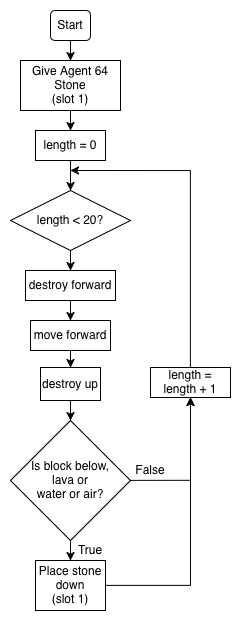
The draw.io diagram tutorials/python-islands/island-7/autominer/images/Flowchart.png in CausewayDigital/Minecraft-EE-MakeCode, before a commit. Source tidied: cells renumbered, new cells last; positions are measured from the earlier drawing's top-left corner, leaving out a move shared by most shapes.
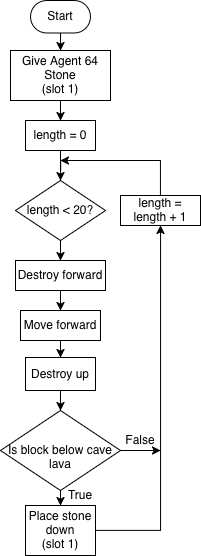
Later version of the same file.

Change to the diagram source:
```diff
@@ -2,12 +2,11 @@
   <root>
     <mxCell id="0" />
     <mxCell id="1" parent="0" />
-    <mxCell id="2" style="edgeStyle=orthogonalEdgeStyle;rounded=0;jettySize=auto;html=1;entryX=0.5;entryY=0;entryDx=0;entryDy=0;" parent="1" edge="1" source="3" target="5">
-      <mxGeometry relative="1" as="geometry" />
+    <mxCell id="2" style="edgeStyle=orthogonalEdgeStyle;rounded=0;jettySize=auto;html=1;entryX=0.5;entryY=0;entryDx=0;entryDy=0;" parent="1" edge="1" target="5">
+      <mxGeometry relative="1" as="geometry">
+        <mxPoint x="60" y="30" as="sourcePoint" />
+      </mxGeometry>
     </mxCell>
-    <mxCell id="3" value="Start" style="rounded=1;whiteSpace=wrap;html=1;" parent="1" vertex="1">
-      <mxGeometry x="40" width="40" height="30" as="geometry" />
-    </mxCell>
     <mxCell id="4" style="edgeStyle=orthogonalEdgeStyle;rounded=0;jettySize=auto;html=1;" parent="1" edge="1" source="5" target="7">
       <mxGeometry relative="1" as="geometry" />
     </mxCell>
@@ -24,59 +23,62 @@
       <mxGeometry relative="1" as="geometry" />
     </mxCell>
     <mxCell id="9" value="length &amp;lt; 20?" style="rhombus;whiteSpace=wrap;html=1;" parent="1" vertex="1">
-      <mxGeometry y="180" width="120" height="60" as="geometry" />
+      <mxGeometry x="15" y="180" width="90" height="60" as="geometry" />
     </mxCell>
     <mxCell id="10" style="edgeStyle=orthogonalEdgeStyle;rounded=0;jettySize=auto;html=1;" parent="1" edge="1" source="11" target="13">
       <mxGeometry relative="1" as="geometry" />
     </mxCell>
-    <mxCell id="11" value="destroy forward" style="rounded=0;whiteSpace=wrap;html=1;" parent="1" vertex="1">
+    <mxCell id="11" value="Destroy forward" style="rounded=0;whiteSpace=wrap;html=1;" parent="1" vertex="1">
       <mxGeometry x="15" y="260" width="90" height="30" as="geometry" />
     </mxCell>
     <mxCell id="12" style="edgeStyle=orthogonalEdgeStyle;rounded=0;jettySize=auto;html=1;entryX=0.5;entryY=0;entryDx=0;entryDy=0;" parent="1" edge="1" source="13" target="15">
       <mxGeometry relative="1" as="geometry" />
     </mxCell>
-    <mxCell id="13" value="move forward" style="rounded=0;whiteSpace=wrap;html=1;" parent="1" vertex="1">
+    <mxCell id="13" value="Move forward" style="rounded=0;whiteSpace=wrap;html=1;" parent="1" vertex="1">
       <mxGeometry x="20" y="310" width="80" height="30" as="geometry" />
     </mxCell>
     <mxCell id="14" style="edgeStyle=orthogonalEdgeStyle;rounded=0;jettySize=auto;html=1;" parent="1" edge="1" source="15" target="18">
       <mxGeometry relative="1" as="geometry" />
     </mxCell>
-    <mxCell id="15" value="destroy up" style="rounded=0;whiteSpace=wrap;html=1;" parent="1" vertex="1">
-      <mxGeometry x="30" y="357" width="60" height="33" as="geometry" />
+    <mxCell id="15" value="Destroy up" style="rounded=0;whiteSpace=wrap;html=1;" parent="1" vertex="1">
+      <mxGeometry x="25" y="357" width="70" height="33" as="geometry" />
     </mxCell>
-    <mxCell id="16" style="edgeStyle=orthogonalEdgeStyle;rounded=0;jettySize=auto;html=1;" parent="1" edge="1" source="18">
-      <mxGeometry relative="1" as="geometry">
-        <mxPoint x="60" y="550" as="targetPoint" />
-      </mxGeometry>
-    </mxCell>
-    <mxCell id="17" style="edgeStyle=orthogonalEdgeStyle;rounded=0;jettySize=auto;html=1;exitX=1;exitY=0.5;exitDx=0;exitDy=0;entryX=0.5;entryY=1;entryDx=0;entryDy=0;" parent="1" edge="1" source="18" target="24">
-      <mxGeometry relative="1" as="geometry" />
-    </mxCell>
+    <mxCell id="25" style="edgeStyle=orthogonalEdgeStyle;rounded=0;jettySize=auto;html=1;" parent="1" edge="1" source="18" target="20">
+      <mxGeometry relative="1" as="geometry" />
+    </mxCell>
+    <mxCell id="26" style="edgeStyle=orthogonalEdgeStyle;rounded=0;jettySize=auto;html=1;" parent="1" edge="1" source="18">
+      <mxGeometry relative="1" as="geometry">
+        <mxPoint x="160" y="450" as="targetPoint" />
+      </mxGeometry>
+    </mxCell>
-    <mxCell id="18" value="Is block below, &lt;br&gt;lava or &lt;br&gt;water or air?" style="rhombus;whiteSpace=wrap;html=1;" parent="1" vertex="1">
-      <mxGeometry y="410" width="120" height="120" as="geometry" />
+    <mxCell id="18" value="Is block below cave lava" style="rhombus;whiteSpace=wrap;html=1;spacingTop=13;" parent="1" vertex="1">
+      <mxGeometry y="410" width="120" height="80" as="geometry" />
     </mxCell>
     <mxCell id="19" style="edgeStyle=orthogonalEdgeStyle;rounded=0;jettySize=auto;html=1;" parent="1" edge="1" source="20" target="24">
       <mxGeometry relative="1" as="geometry" />
     </mxCell>
     <mxCell id="20" value="&lt;div&gt;Place stone down&lt;/div&gt;(slot 1)" style="rounded=0;whiteSpace=wrap;html=1;" parent="1" vertex="1">
-      <mxGeometry x="25" y="550" width="70" height="50" as="geometry" />
+      <mxGeometry x="25" y="505" width="70" height="50" as="geometry" />
     </mxCell>
     <mxCell id="21" value="True&lt;span style=&quot;color: rgba(0 , 0 , 0 , 0) ; font-family: monospace ; font-size: 0px&quot;&gt;%3CmxGraphModel%3E%3Croot%3E%3CmxCell%20id%3D%220%22%2F%3E%3CmxCell%20id%3D%221%22%20parent%3D%220%22%2F%3E%3CmxCell%20id%3D%222%22%20value%3D%22destroy%20forward%22%20style%3D%22rounded%3D0%3BwhiteSpace%3Dwrap%3Bhtml%3D1%3B%22%20vertex%3D%221%22%20parent%3D%221%22%3E%3CmxGeometry%20x%3D%22240%22%20y%3D%22560%22%20width%3D%22120%22%20height%3D%2260%22%20as%3D%22geometry%22%2F%3E%3C%2FmxCell%3E%3C%2Froot%3E%3C%2FmxGraphModel%3E&lt;/span&gt;" style="text;html=1;strokeColor=none;fillColor=none;align=center;verticalAlign=middle;whiteSpace=wrap;rounded=0;" parent="1" vertex="1">
-      <mxGeometry x="60" y="530" width="40" height="20" as="geometry" />
+      <mxGeometry x="60" y="485" width="40" height="20" as="geometry" />
     </mxCell>
     <mxCell id="22" value="False" style="text;html=1;strokeColor=none;fillColor=none;align=center;verticalAlign=middle;whiteSpace=wrap;rounded=0;" parent="1" vertex="1">
-      <mxGeometry x="120" y="450" width="40" height="20" as="geometry" />
+      <mxGeometry x="120" y="430" width="40" height="20" as="geometry" />
     </mxCell>
     <mxCell id="23" style="edgeStyle=orthogonalEdgeStyle;rounded=0;jettySize=auto;html=1;" parent="1" edge="1" source="24">
       <mxGeometry relative="1" as="geometry">
         <mxPoint x="60" y="160" as="targetPoint" />
         <Array as="points">
-          <mxPoint x="180" y="160" />
+          <mxPoint x="160" y="160" />
         </Array>
       </mxGeometry>
     </mxCell>
     <mxCell id="24" value="length = length + 1" style="rounded=0;whiteSpace=wrap;html=1;" parent="1" vertex="1">
-      <mxGeometry x="140" y="357" width="80" height="30" as="geometry" />
+      <mxGeometry x="120" y="195" width="80" height="30" as="geometry" />
     </mxCell>
+    <mxCell id="3" value="Start" style="html=1;dashed=0;whiteSpace=wrap;shape=mxgraph.dfd.start;" parent="1" vertex="1">
+      <mxGeometry x="30" width="60" height="32.5" as="geometry" />
+    </mxCell>
   </root>
 </mxGraphModel>
```
